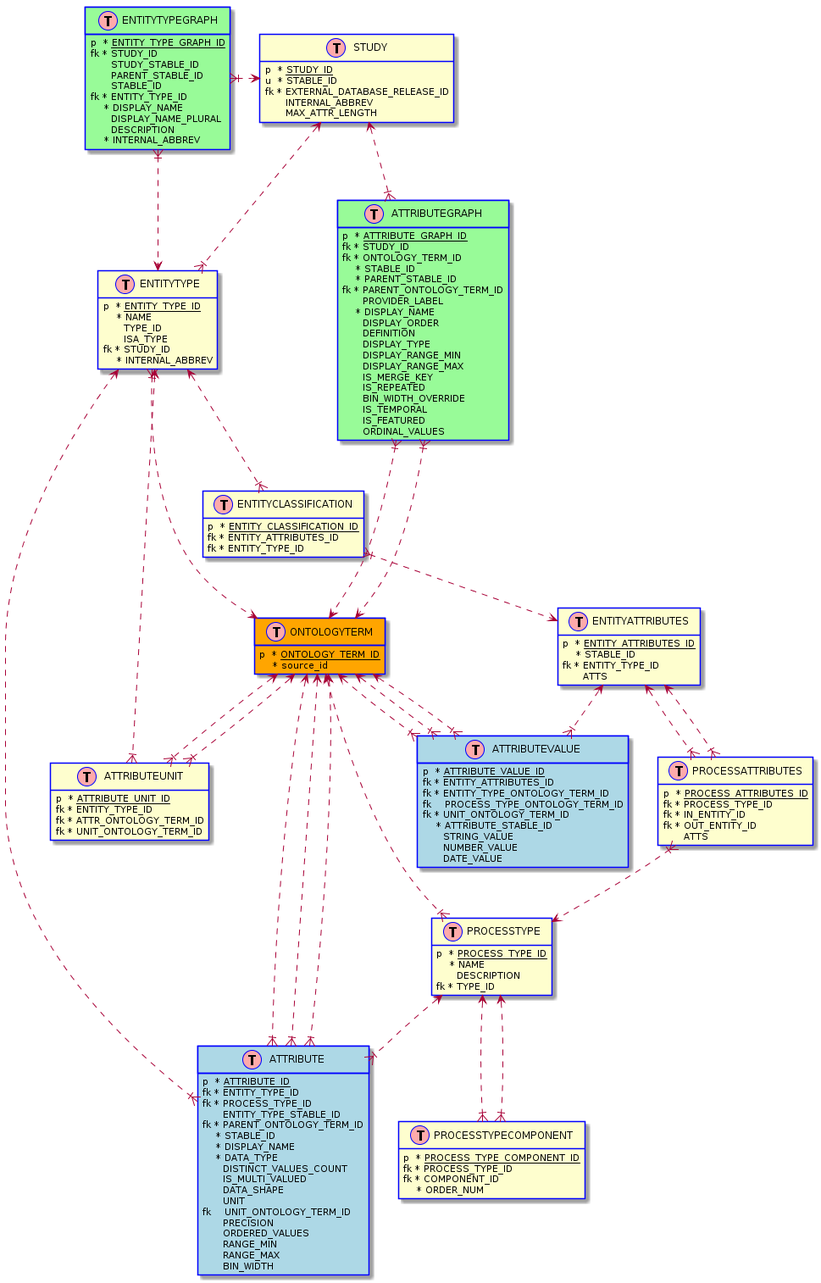
Above: project_planning/images/eda_uml.png in jbrestel/org-docs (PlantUML), before the change.
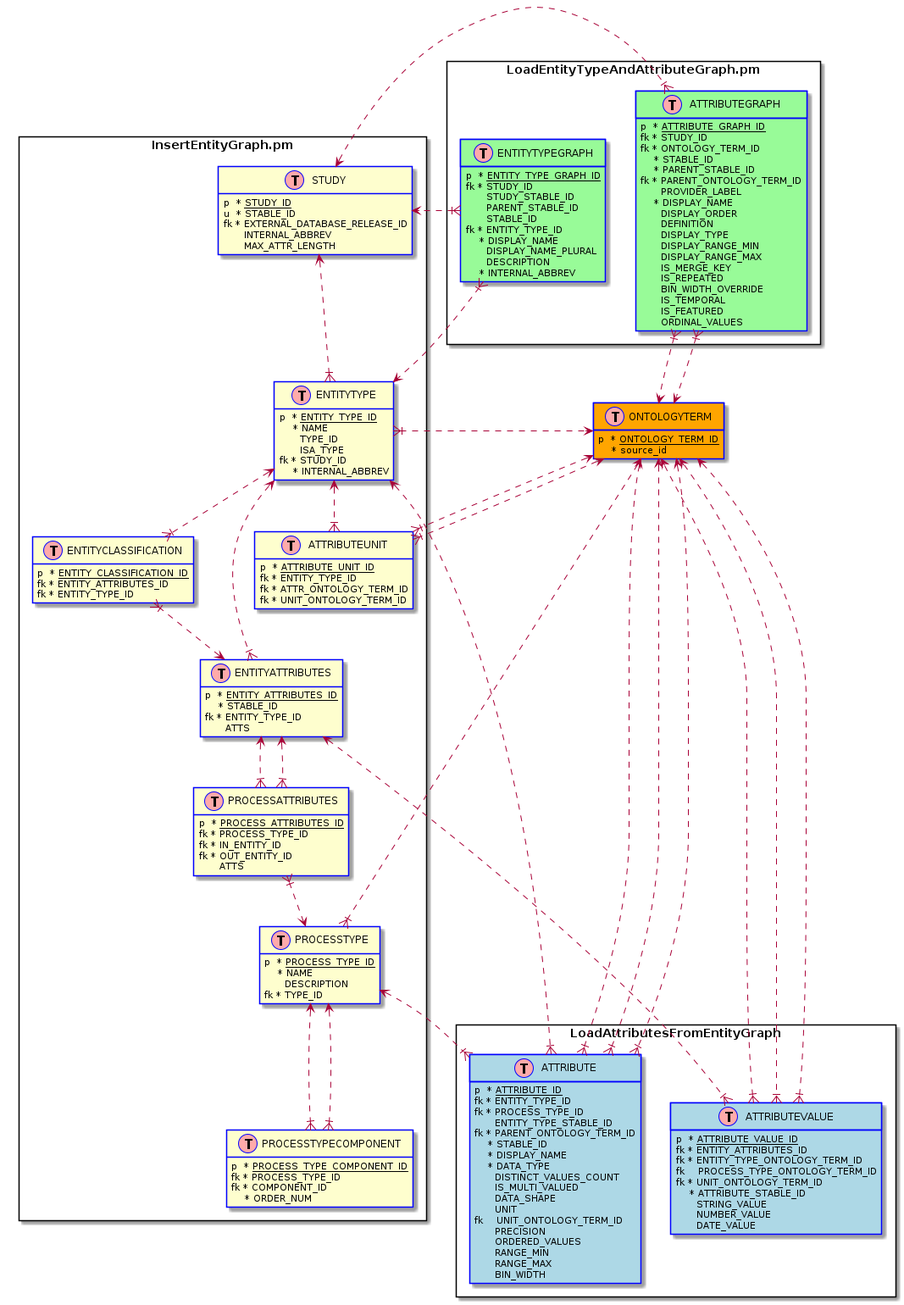
Above is the later version.

Change to the diagram source:
```diff
@@ -1,166 +1,177 @@
 @startuml
-hide methods
-hide stereotypes
+  hide methods
+  hide stereotypes
 
-class STUDY << (T,#FFAAAA) >> #line:blue; {
-  p <U+0020>* <u>STUDY_ID</u>
-  u <U+0020>* STABLE_ID
-  fk * EXTERNAL_DATABASE_RELEASE_ID
-  <U+0020> <U+0020> <U+0020> INTERNAL_ABBREV
-  <U+0020> <U+0020> <U+0020> MAX_ATTR_LENGTH
+rectangle InsertEntityGraph.pm {
+  class STUDY << (T,#FFAAAA) >> #line:blue; {
+    p <U+0020>* <u>STUDY_ID</u>
+    u <U+0020>* STABLE_ID
+    fk * EXTERNAL_DATABASE_RELEASE_ID
+    <U+0020> <U+0020> <U+0020> INTERNAL_ABBREV
+    <U+0020> <U+0020> <U+0020> MAX_ATTR_LENGTH
+  }
+
+        class ENTITYTYPE << (T,#FFAAAA) >> #line:blue; {
+    p <U+0020>* <u>ENTITY_TYPE_ID</u>
+    <U+0020> <U+0020> * NAME
+    <U+0020> <U+0020> <U+0020> TYPE_ID
+    <U+0020> <U+0020> <U+0020> ISA_TYPE
+    fk * STUDY_ID
+    <U+0020> <U+0020> * INTERNAL_ABBREV
+  }
+
+  class ENTITYCLASSIFICATION << (T,#FFAAAA) >> #line:blue; {
+    p <U+0020>* <u>ENTITY_CLASSIFICATION_ID</u>
+    fk * ENTITY_ATTRIBUTES_ID
+    fk * ENTITY_TYPE_ID
+  }
+
+  class ENTITYATTRIBUTES << (T,#FFAAAA) >> #line:blue; {
+    p <U+0020>* <u>ENTITY_ATTRIBUTES_ID</u>
+    <U+0020> <U+0020> * STABLE_ID
+    fk * ENTITY_TYPE_ID
+    <U+0020> <U+0020> <U+0020> ATTS
+  }
+
+  class ATTRIBUTEUNIT << (T,#FFAAAA) >> #line:blue; {
+    p <U+0020>* <u>ATTRIBUTE_UNIT_ID</u>
+    fk * ENTITY_TYPE_ID
+    fk * ATTR_ONTOLOGY_TERM_ID
+    fk * UNIT_ONTOLOGY_TERM_ID
+  }
+
+  class PROCESSATTRIBUTES << (T,#FFAAAA) >> #line:blue; {
+    p <U+0020>* <u>PROCESS_ATTRIBUTES_ID</u>
+    fk * PROCESS_TYPE_ID
+    fk * IN_ENTITY_ID
+    fk * OUT_ENTITY_ID
+    <U+0020> <U+0020> <U+0020> ATTS
+  }
+
+  class PROCESSTYPECOMPONENT << (T,#FFAAAA) >> #line:blue; {
+    p <U+0020>* <u>PROCESS_TYPE_COMPONENT_ID</u>
+    fk * PROCESS_TYPE_ID
+    fk * COMPONENT_ID
+    <U+0020> <U+0020> * ORDER_NUM
+  }
+
+  class PROCESSTYPE << (T,#FFAAAA) >> #line:blue; {
+    p <U+0020>* <u>PROCESS_TYPE_ID</u>
+    <U+0020> <U+0020> * NAME
+    <U+0020> <U+0020> <U+0020> DESCRIPTION
+    fk * TYPE_ID
+  }
+
+
 }
 
-class ATTRIBUTEGRAPH << (T,#FFAAAA) >> #palegreen;line:blue; {
-  p <U+0020>* <u>ATTRIBUTE_GRAPH_ID</u>
-  fk * STUDY_ID
-  fk * ONTOLOGY_TERM_ID
-  <U+0020> <U+0020> * STABLE_ID
-  <U+0020> <U+0020> * PARENT_STABLE_ID
-  fk * PARENT_ONTOLOGY_TERM_ID
-  <U+0020> <U+0020> <U+0020> PROVIDER_LABEL
-  <U+0020> <U+0020> * DISPLAY_NAME
-  <U+0020> <U+0020> <U+0020> DISPLAY_ORDER
-  <U+0020> <U+0020> <U+0020> DEFINITION
-  <U+0020> <U+0020> <U+0020> DISPLAY_TYPE
-  <U+0020> <U+0020> <U+0020> DISPLAY_RANGE_MIN
-  <U+0020> <U+0020> <U+0020> DISPLAY_RANGE_MAX
-  <U+0020> <U+0020> <U+0020> IS_MERGE_KEY
-  <U+0020> <U+0020> <U+0020> IS_REPEATED
-  <U+0020> <U+0020> <U+0020> BIN_WIDTH_OVERRIDE
-  <U+0020> <U+0020> <U+0020> IS_TEMPORAL
-  <U+0020> <U+0020> <U+0020> IS_FEATURED
-  <U+0020> <U+0020> <U+0020> ORDINAL_VALUES
+rectangle LoadEntityTypeAndAttributeGraph.pm {
+    class ATTRIBUTEGRAPH << (T,#FFAAAA) >> #palegreen;line:blue; {
+    p <U+0020>* <u>ATTRIBUTE_GRAPH_ID</u>
+    fk * STUDY_ID
+    fk * ONTOLOGY_TERM_ID
+    <U+0020> <U+0020> * STABLE_ID
+    <U+0020> <U+0020> * PARENT_STABLE_ID
+    fk * PARENT_ONTOLOGY_TERM_ID
+    <U+0020> <U+0020> <U+0020> PROVIDER_LABEL
+    <U+0020> <U+0020> * DISPLAY_NAME
+    <U+0020> <U+0020> <U+0020> DISPLAY_ORDER
+    <U+0020> <U+0020> <U+0020> DEFINITION
+    <U+0020> <U+0020> <U+0020> DISPLAY_TYPE
+    <U+0020> <U+0020> <U+0020> DISPLAY_RANGE_MIN
+    <U+0020> <U+0020> <U+0020> DISPLAY_RANGE_MAX
+    <U+0020> <U+0020> <U+0020> IS_MERGE_KEY
+    <U+0020> <U+0020> <U+0020> IS_REPEATED
+    <U+0020> <U+0020> <U+0020> BIN_WIDTH_OVERRIDE
+    <U+0020> <U+0020> <U+0020> IS_TEMPORAL
+    <U+0020> <U+0020> <U+0020> IS_FEATURED
+    <U+0020> <U+0020> <U+0020> ORDINAL_VALUES
+  }
+
+  class ENTITYTYPEGRAPH << (T,#FFAAAA) >> #palegreen;line:blue; {
+    p <U+0020>* <u>ENTITY_TYPE_GRAPH_ID</u>
+    fk * STUDY_ID
+    <U+0020> <U+0020> <U+0020> STUDY_STABLE_ID
+    <U+0020> <U+0020> <U+0020> PARENT_STABLE_ID
+    foreign_key_NULLABLE(PARENT_ID)
+    <U+0020> <U+0020> <U+0020> STABLE_ID
+    fk * ENTITY_TYPE_ID
+    <U+0020> <U+0020> * DISPLAY_NAME
+    <U+0020> <U+0020> <U+0020> DISPLAY_NAME_PLURAL
+    <U+0020> <U+0020> <U+0020> DESCRIPTION
+    <U+0020> <U+0020> * INTERNAL_ABBREV
+  }
 }
 
-class ENTITYTYPEGRAPH << (T,#FFAAAA) >> #palegreen;line:blue; {
-  p <U+0020>* <u>ENTITY_TYPE_GRAPH_ID</u>
-  fk * STUDY_ID
-  <U+0020> <U+0020> <U+0020> STUDY_STABLE_ID
-  <U+0020> <U+0020> <U+0020> PARENT_STABLE_ID
-  foreign_key_NULLABLE(PARENT_ID)
-  <U+0020> <U+0020> <U+0020> STABLE_ID
-  fk * ENTITY_TYPE_ID
-  <U+0020> <U+0020> * DISPLAY_NAME
-  <U+0020> <U+0020> <U+0020> DISPLAY_NAME_PLURAL
-  <U+0020> <U+0020> <U+0020> DESCRIPTION
-  <U+0020> <U+0020> * INTERNAL_ABBREV
+
+rectangle LoadAttributesFromEntityGraph {
+  class ATTRIBUTEVALUE << (T,#FFAAAA) >> #lightblue;line:blue; {
+    p <U+0020>* <u>ATTRIBUTE_VALUE_ID</u>
+    fk * ENTITY_ATTRIBUTES_ID
+    fk * ENTITY_TYPE_ONTOLOGY_TERM_ID
+    fk <U+0020><U+0020> PROCESS_TYPE_ONTOLOGY_TERM_ID
+    fk * UNIT_ONTOLOGY_TERM_ID
+    <U+0020> <U+0020> * ATTRIBUTE_STABLE_ID
+    <U+0020> <U+0020> <U+0020> STRING_VALUE
+    <U+0020> <U+0020> <U+0020> NUMBER_VALUE
+    <U+0020> <U+0020> <U+0020> DATE_VALUE
+  }
+
+
+  class ATTRIBUTE << (T,#FFAAAA) >> #lightblue;line:blue; {
+    p <U+0020>* <u>ATTRIBUTE_ID</u>
+    fk * ENTITY_TYPE_ID
+    fk * PROCESS_TYPE_ID
+    <U+0020> <U+0020> <U+0020> ENTITY_TYPE_STABLE_ID
+    foreign_key_NULLABLE(ONTOLOGY_TERM_ID)
+    fk * PARENT_ONTOLOGY_TERM_ID
+    <U+0020> <U+0020> * STABLE_ID
+    <U+0020> <U+0020> * DISPLAY_NAME
+    <U+0020> <U+0020> * DATA_TYPE
+    <U+0020> <U+0020> <U+0020> DISTINCT_VALUES_COUNT
+    <U+0020> <U+0020> <U+0020> IS_MULTI_VALUED
+    <U+0020> <U+0020> <U+0020> DATA_SHAPE
+    <U+0020> <U+0020> <U+0020> UNIT
+    fk <U+0020><U+0020> UNIT_ONTOLOGY_TERM_ID
+    <U+0020> <U+0020> <U+0020> PRECISION
+    <U+0020> <U+0020> <U+0020> ORDERED_VALUES
+    <U+0020> <U+0020> <U+0020> RANGE_MIN
+    <U+0020> <U+0020> <U+0020> RANGE_MAX
+    <U+0020> <U+0020> <U+0020> BIN_WIDTH
+  }
+
 }
+  class ONTOLOGYTERM << (T,#FFAAAA) >> #orange;line:blue; {
+    p <U+0020>* <u>ONTOLOGY_TERM_ID</u>
+    <U+0020> <U+0020> * source_id
+  }
 
-class ENTITYTYPE << (T,#FFAAAA) >> #line:blue; {
-  p <U+0020>* <u>ENTITY_TYPE_ID</u>
-  <U+0020> <U+0020> * NAME
-  <U+0020> <U+0020> <U+0020> TYPE_ID
-  <U+0020> <U+0020> <U+0020> ISA_TYPE
-  fk * STUDY_ID
-  <U+0020> <U+0020> * INTERNAL_ABBREV
-}
-
-class ENTITYCLASSIFICATION << (T,#FFAAAA) >> #line:blue; {
-  p <U+0020>* <u>ENTITY_CLASSIFICATION_ID</u>
-  fk * ENTITY_ATTRIBUTES_ID
-  fk * ENTITY_TYPE_ID
-}
-
-class ATTRIBUTEVALUE << (T,#FFAAAA) >> #lightblue;line:blue; {
-  p <U+0020>* <u>ATTRIBUTE_VALUE_ID</u>
-  fk * ENTITY_ATTRIBUTES_ID
-  fk * ENTITY_TYPE_ONTOLOGY_TERM_ID
-  fk <U+0020><U+0020> PROCESS_TYPE_ONTOLOGY_TERM_ID
-  fk * UNIT_ONTOLOGY_TERM_ID
-  <U+0020> <U+0020> * ATTRIBUTE_STABLE_ID
-  <U+0020> <U+0020> <U+0020> STRING_VALUE
-  <U+0020> <U+0020> <U+0020> NUMBER_VALUE
-  <U+0020> <U+0020> <U+0020> DATE_VALUE
-}
-
-class ENTITYATTRIBUTES << (T,#FFAAAA) >> #line:blue; {
-  p <U+0020>* <u>ENTITY_ATTRIBUTES_ID</u>
-  <U+0020> <U+0020> * STABLE_ID
-  fk * ENTITY_TYPE_ID
-  <U+0020> <U+0020> <U+0020> ATTS
-}
-
-class ATTRIBUTEUNIT << (T,#FFAAAA) >> #line:blue; {
-  p <U+0020>* <u>ATTRIBUTE_UNIT_ID</u>
-  fk * ENTITY_TYPE_ID
-  fk * ATTR_ONTOLOGY_TERM_ID
-  fk * UNIT_ONTOLOGY_TERM_ID
-}
-
-class PROCESSATTRIBUTES << (T,#FFAAAA) >> #line:blue; {
-  p <U+0020>* <u>PROCESS_ATTRIBUTES_ID</u>
-  fk * PROCESS_TYPE_ID
-  fk * IN_ENTITY_ID
-  fk * OUT_ENTITY_ID
-  <U+0020> <U+0020> <U+0020> ATTS
-}
-
-class ATTRIBUTE << (T,#FFAAAA) >> #lightblue;line:blue; {
-  p <U+0020>* <u>ATTRIBUTE_ID</u>
-  fk * ENTITY_TYPE_ID
-  fk * PROCESS_TYPE_ID
-  <U+0020> <U+0020> <U+0020> ENTITY_TYPE_STABLE_ID
-  foreign_key_NULLABLE(ONTOLOGY_TERM_ID)
-  fk * PARENT_ONTOLOGY_TERM_ID
-  <U+0020> <U+0020> * STABLE_ID
-  <U+0020> <U+0020> * DISPLAY_NAME
-  <U+0020> <U+0020> * DATA_TYPE
-  <U+0020> <U+0020> <U+0020> DISTINCT_VALUES_COUNT
-  <U+0020> <U+0020> <U+0020> IS_MULTI_VALUED
-  <U+0020> <U+0020> <U+0020> DATA_SHAPE
-  <U+0020> <U+0020> <U+0020> UNIT
-  fk <U+0020><U+0020> UNIT_ONTOLOGY_TERM_ID
-  <U+0020> <U+0020> <U+0020> PRECISION
-  <U+0020> <U+0020> <U+0020> ORDERED_VALUES
-  <U+0020> <U+0020> <U+0020> RANGE_MIN
-  <U+0020> <U+0020> <U+0020> RANGE_MAX
-  <U+0020> <U+0020> <U+0020> BIN_WIDTH
-}
-
-class PROCESSTYPECOMPONENT << (T,#FFAAAA) >> #line:blue; {
-  p <U+0020>* <u>PROCESS_TYPE_COMPONENT_ID</u>
-  fk * PROCESS_TYPE_ID
-  fk * COMPONENT_ID
-  <U+0020> <U+0020> * ORDER_NUM
-}
-
-class PROCESSTYPE << (T,#FFAAAA) >> #line:blue; {
-  p <U+0020>* <u>PROCESS_TYPE_ID</u>
-  <U+0020> <U+0020> * NAME
-  <U+0020> <U+0020> <U+0020> DESCRIPTION
-  fk * TYPE_ID
-}
-
-class ONTOLOGYTERM << (T,#FFAAAA) >> #orange;line:blue; {
-  p <U+0020>* <u>ONTOLOGY_TERM_ID</u>
-  <U+0020> <U+0020> * source_id
-}
-
-STUDY <..|{ ENTITYTYPE
-ENTITYTYPE <..|{ ENTITYCLASSIFICATION
-ENTITYATTRIBUTES <.d.|{ ENTITYCLASSIFICATION
-ENTITYTYPE <..|{ ATTRIBUTEUNIT
-ENTITYATTRIBUTES <..|{ PROCESSATTRIBUTES
-ENTITYATTRIBUTES <..|{ PROCESSATTRIBUTES
-PROCESSTYPE <.d.|{ PROCESSATTRIBUTES
-PROCESSTYPE <..|{ PROCESSTYPECOMPONENT
-PROCESSTYPE <..|{ PROCESSTYPECOMPONENT
-ONTOLOGYTERM <.d.|{ ENTITYTYPE
-ONTOLOGYTERM <..|{ PROCESSTYPE
-ONTOLOGYTERM <..|{ ATTRIBUTEUNIT
-ONTOLOGYTERM <..|{ ATTRIBUTEUNIT
-ENTITYTYPE <..|{ ATTRIBUTE
-PROCESSTYPE <..|{ ATTRIBUTE
-ONTOLOGYTERM <..|{ ATTRIBUTE
-ONTOLOGYTERM <..|{ ATTRIBUTE
-ONTOLOGYTERM <..|{ ATTRIBUTE
-ENTITYATTRIBUTES <..|{ ATTRIBUTEVALUE
-ONTOLOGYTERM <..|{ ATTRIBUTEVALUE
-ONTOLOGYTERM <..|{ ATTRIBUTEVALUE
-ONTOLOGYTERM <..|{ ATTRIBUTEVALUE
-STUDY <.r.|{ ENTITYTYPEGRAPH
-ENTITYTYPE <.r.|{ ENTITYTYPEGRAPH
-STUDY <..|{ ATTRIBUTEGRAPH
-ONTOLOGYTERM <.d.|{ ATTRIBUTEGRAPH
-ONTOLOGYTERM <.d.|{ ATTRIBUTEGRAPH
+  STUDY <..|{ ENTITYTYPE
+  ENTITYTYPE <..|{ ENTITYCLASSIFICATION
+  ENTITYATTRIBUTES <.d.|{ ENTITYCLASSIFICATION
+  ENTITYTYPE <..|{ ENTITYATTRIBUTES
+  ENTITYTYPE <..|{ ATTRIBUTEUNIT
+  ENTITYATTRIBUTES <..|{ PROCESSATTRIBUTES
+  ENTITYATTRIBUTES <..|{ PROCESSATTRIBUTES
+  PROCESSTYPE <.d.|{ PROCESSATTRIBUTES
+  PROCESSTYPE <..|{ PROCESSTYPECOMPONENT
+  PROCESSTYPE <..|{ PROCESSTYPECOMPONENT
+  ONTOLOGYTERM <.d.|{ ENTITYTYPE
+  ONTOLOGYTERM <..|{ PROCESSTYPE
+  ONTOLOGYTERM <..|{ ATTRIBUTEUNIT
+  ONTOLOGYTERM <..|{ ATTRIBUTEUNIT
+  ENTITYTYPE <..|{ ATTRIBUTE
+  PROCESSTYPE <..|{ ATTRIBUTE
+  ONTOLOGYTERM <..|{ ATTRIBUTE
+  ONTOLOGYTERM <..|{ ATTRIBUTE
+  ONTOLOGYTERM <..|{ ATTRIBUTE
+  ENTITYATTRIBUTES <..|{ ATTRIBUTEVALUE
+  ONTOLOGYTERM <..|{ ATTRIBUTEVALUE
+  ONTOLOGYTERM <..|{ ATTRIBUTEVALUE
+  ONTOLOGYTERM <..|{ ATTRIBUTEVALUE
+  STUDY <.r.|{ ENTITYTYPEGRAPH
+  ENTITYTYPE <.r.|{ ENTITYTYPEGRAPH
+  STUDY <..|{ ATTRIBUTEGRAPH
+  ONTOLOGYTERM <.d.|{ ATTRIBUTEGRAPH
+  ONTOLOGYTERM <.d.|{ ATTRIBUTEGRAPH
 @enduml
```
